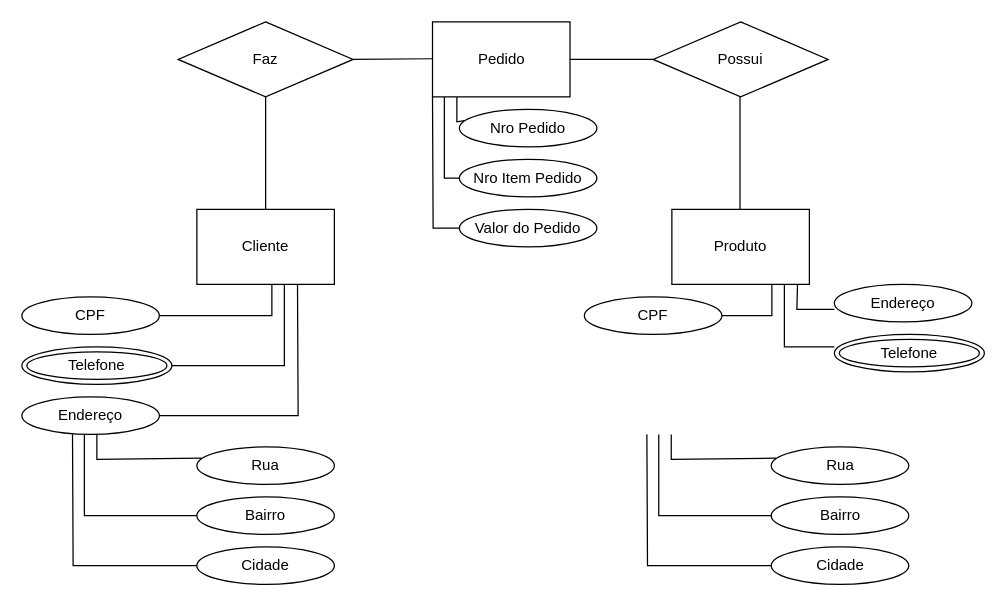
Before: Untitled Diagram.drawio in gabrielcalasansms/gabrielcalasansms, a draw.io diagram. Source tidied: cells renumbered, new cells numbered last; positions are measured from the earlier drawing's top-left corner, leaving out a move shared by most shapes. Both pictures are drawn from the tidied source at 125%, with x=0, y=0 at pixel (21, 21).
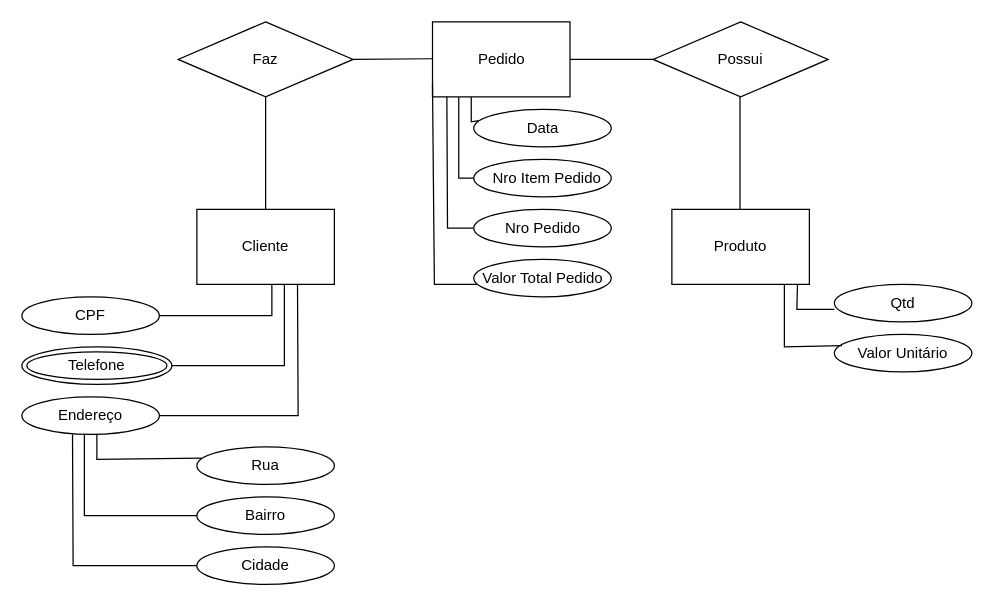
The same diagram, later.

Change to the diagram source:
```diff
@@
-    <mxCell id="17" value="CPF" style="ellipse;whiteSpace=wrap;html=1;" parent="1" vertex="1">
-      <mxGeometry x="450" y="220" width="110" height="30" as="geometry" />
+    <mxCell id="17" value="Valor Unitário" style="ellipse;whiteSpace=wrap;html=1;" parent="1" vertex="1">
+      <mxGeometry x="650" y="250" width="110" height="30" as="geometry" />
     </mxCell>
-    <mxCell id="18" value="Endereço" style="ellipse;whiteSpace=wrap;html=1;" parent="1" vertex="1">
+    <mxCell id="18" value="Qtd" style="ellipse;whiteSpace=wrap;html=1;" parent="1" vertex="1">
       <mxGeometry x="650" y="210" width="110" height="30" as="geometry" />
     </mxCell>
-    <mxCell id="19" value="Telefone" style="ellipse;shape=doubleEllipse;whiteSpace=wrap;html=1;" parent="1" vertex="1">
-      <mxGeometry x="650" y="250" width="120" height="30" as="geometry" />
-    </mxCell>
-    <mxCell id="20" value="Rua" style="ellipse;whiteSpace=wrap;html=1;" parent="1" vertex="1">
-      <mxGeometry x="599.5" y="340" width="110" height="30" as="geometry" />
-    </mxCell>
-    <mxCell id="21" value="Bairro" style="ellipse;whiteSpace=wrap;html=1;" parent="1" vertex="1">
-      <mxGeometry x="599.5" y="380" width="110" height="30" as="geometry" />
-    </mxCell>
-    <mxCell id="22" style="endArrow=none;html=1;rounded=0;exitX=1;exitY=0.5;exitDx=0;exitDy=0;" parent="1" edge="1" source="17">
-      <mxGeometry relative="1" as="geometry">
-        <mxPoint x="600" y="210" as="targetPoint" />
-        <Array as="points">
-          <mxPoint x="600" y="235" />
-        </Array>
-      </mxGeometry>
-    </mxCell>
-    <mxCell id="23" style="endArrow=none;html=1;rounded=0;" parent="1" edge="1">
+    <mxCell id="23" style="endArrow=none;html=1;rounded=0;exitX=0.055;exitY=0.3;exitDx=0;exitDy=0;exitPerimeter=0;" parent="1" edge="1" source="17">
       <mxGeometry relative="1" as="geometry">
-        <mxPoint x="650" y="260" as="sourcePoint" />
         <mxPoint x="610" y="210" as="targetPoint" />
         <Array as="points">
           <mxPoint x="610" y="260" />
         </Array>
       </mxGeometry>
     </mxCell>
@@
-    <mxCell id="25" style="endArrow=none;html=1;rounded=0;exitX=0.036;exitY=0.3;exitDx=0;exitDy=0;exitPerimeter=0;" parent="1" edge="1" source="20">
-      <mxGeometry relative="1" as="geometry">
-        <mxPoint x="519.5" y="330" as="targetPoint" />
-        <Array as="points">
-          <mxPoint x="519.5" y="350" />
-        </Array>
-      </mxGeometry>
-    </mxCell>
-    <mxCell id="26" value="Cidade" style="ellipse;whiteSpace=wrap;html=1;" parent="1" vertex="1">
-      <mxGeometry x="599.5" y="420" width="110" height="30" as="geometry" />
-    </mxCell>
-    <mxCell id="27" style="endArrow=none;html=1;rounded=0;" parent="1" edge="1" source="21">
-      <mxGeometry relative="1" as="geometry">
-        <mxPoint x="509.5" y="330" as="targetPoint" />
-        <Array as="points">
-          <mxPoint x="509.5" y="395" />
-        </Array>
-      </mxGeometry>
-    </mxCell>
-    <mxCell id="28" style="endArrow=none;html=1;rounded=0;exitX=0;exitY=0.5;exitDx=0;exitDy=0;" parent="1" edge="1" source="26">
-      <mxGeometry relative="1" as="geometry">
-        <mxPoint x="500" y="330" as="targetPoint" />
-        <Array as="points">
-          <mxPoint x="500.5" y="435" />
-        </Array>
-      </mxGeometry>
-    </mxCell>
@@
-    <mxCell id="35" value="Nro Pedido" style="ellipse;whiteSpace=wrap;html=1;" parent="1" vertex="1">
-      <mxGeometry x="350" y="70" width="110" height="30" as="geometry" />
+    <mxCell id="35" value="Data" style="ellipse;whiteSpace=wrap;html=1;" parent="1" vertex="1">
+      <mxGeometry x="361.5" y="70" width="110" height="30" as="geometry" />
     </mxCell>
-    <mxCell id="36" value="Nro Item Pedido" style="ellipse;whiteSpace=wrap;html=1;" parent="1" vertex="1">
-      <mxGeometry x="350" y="110" width="110" height="30" as="geometry" />
+    <mxCell id="36" value="&lt;div style=&quot;&quot;&gt;&lt;span style=&quot;background-color: initial;&quot;&gt;&amp;nbsp; &amp;nbsp;Nro Item Pedido&lt;/span&gt;&lt;span style=&quot;background-color: initial; white-space: pre;&quot;&gt; &lt;/span&gt;&lt;/div&gt;" style="ellipse;whiteSpace=wrap;html=1;align=center;" parent="1" vertex="1">
+      <mxGeometry x="361.5" y="110" width="110" height="30" as="geometry" />
     </mxCell>
     <mxCell id="37" style="endArrow=none;html=1;rounded=0;exitX=0.036;exitY=0.3;exitDx=0;exitDy=0;exitPerimeter=0;" parent="1" edge="1" source="35">
       <mxGeometry relative="1" as="geometry">
-        <mxPoint x="348" y="60" as="targetPoint" />
+        <mxPoint x="359.5" y="60" as="targetPoint" />
         <Array as="points">
-          <mxPoint x="348" y="80" />
+          <mxPoint x="359.5" y="80" />
         </Array>
       </mxGeometry>
     </mxCell>
     <mxCell id="38" style="endArrow=none;html=1;rounded=0;" parent="1" edge="1" source="36">
       <mxGeometry relative="1" as="geometry">
-        <mxPoint x="338" y="60" as="targetPoint" />
+        <mxPoint x="349.5" y="60" as="targetPoint" />
         <Array as="points">
-          <mxPoint x="338" y="125" />
+          <mxPoint x="349.5" y="125" />
         </Array>
       </mxGeometry>
     </mxCell>
     <mxCell id="39" style="endArrow=none;html=1;rounded=0;" parent="1" edge="1">
       <mxGeometry relative="1" as="geometry">
-        <mxPoint x="350" y="165" as="sourcePoint" />
-        <mxPoint x="328.5" y="60" as="targetPoint" />
+        <mxPoint x="361.5" y="165" as="sourcePoint" />
+        <mxPoint x="340" y="60" as="targetPoint" />
         <Array as="points">
-          <mxPoint x="329" y="165" />
+          <mxPoint x="340.5" y="165" />
         </Array>
       </mxGeometry>
     </mxCell>
-    <mxCell id="40" value="Valor do Pedido" style="ellipse;whiteSpace=wrap;html=1;" parent="1" vertex="1">
-      <mxGeometry x="350" y="150" width="110" height="30" as="geometry" />
+    <mxCell id="40" value="Nro Pedido" style="ellipse;whiteSpace=wrap;html=1;" parent="1" vertex="1">
+      <mxGeometry x="361.5" y="150" width="110" height="30" as="geometry" />
     </mxCell>
+    <mxCell id="41" style="endArrow=none;html=1;rounded=0;" parent="1" edge="1">
+      <mxGeometry relative="1" as="geometry">
+        <mxPoint x="370" y="210" as="sourcePoint" />
+        <mxPoint x="328.5" y="50" as="targetPoint" />
+        <Array as="points">
+          <mxPoint x="330" y="210" />
+        </Array>
+      </mxGeometry>
+    </mxCell>
+    <mxCell id="42" value="Valor Total Pedido" style="ellipse;whiteSpace=wrap;html=1;" parent="1" vertex="1">
+      <mxGeometry x="361.5" y="190" width="110" height="30" as="geometry" />
+    </mxCell>
```
